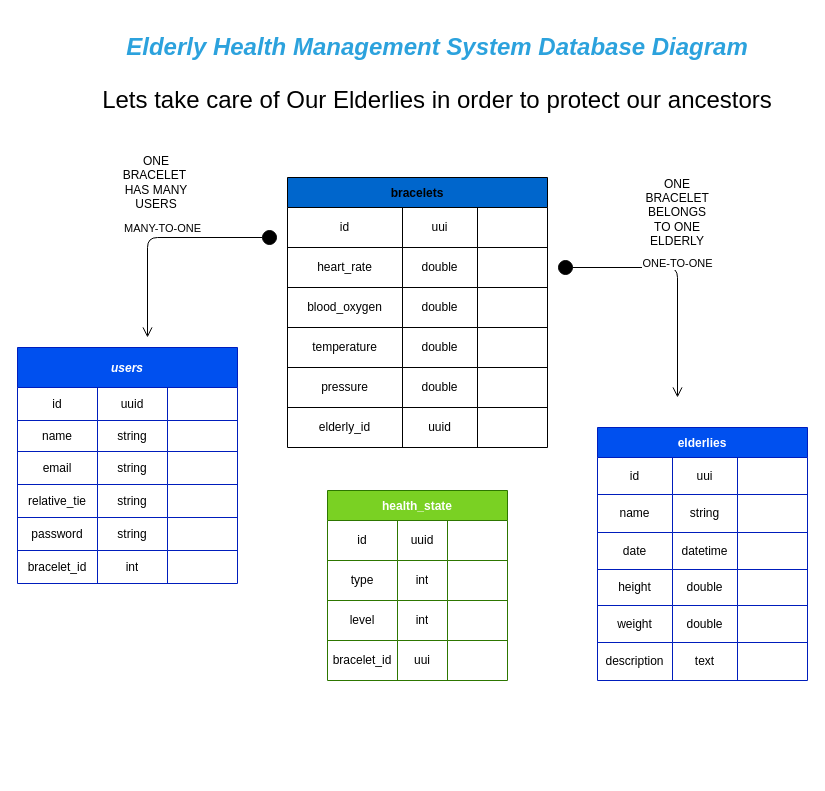
Before: page "Page-1" (1 of 3) of db.drawio in heldersantiago/pap-smart-bracelet-api, a draw.io diagram. Source tidied: cells renumbered, new cells numbered last; positions are measured from the earlier drawing's top-left corner, leaving out a move shared by most shapes. Both pictures are drawn from the tidied source at 100%, with x=0, y=0 at pixel (17, 27).
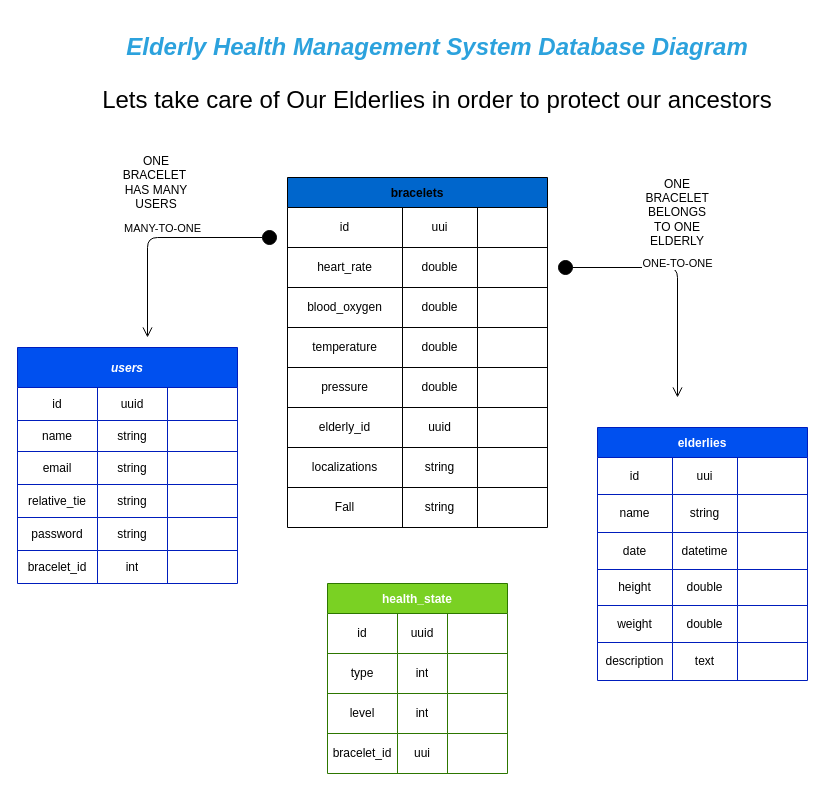
The same page after the edit.

What changed in the source:
```diff
@@
     <mxCell id="52" value="bracelets" style="shape=table;startSize=30;childLayout=tableLayout;fontStyle=1;align=center;fillColor=#0066CC;" parent="1" vertex="1">
-      <mxGeometry x="270" y="150" width="260" height="270" as="geometry" />
+      <mxGeometry x="270" y="150" width="260" height="350" as="geometry" />
     </mxCell>
@@
+    <mxCell id="99" style="shape=tableRow;horizontal=0;startSize=0;swimlaneHead=0;swimlaneBody=0;top=0;left=0;bottom=0;right=0;fillColor=none;" parent="52" vertex="1">
+      <mxGeometry y="270" width="260" height="40" as="geometry" />
+    </mxCell>
+    <mxCell id="100" value="localizations" style="shape=partialRectangle;html=1;whiteSpace=wrap;fillColor=none;top=0;left=0;bottom=0;right=0;overflow=hidden;" parent="99" vertex="1">
+      <mxGeometry width="115" height="40" as="geometry" />
+    </mxCell>
+    <mxCell id="101" value="string" style="shape=partialRectangle;html=1;whiteSpace=wrap;fillColor=none;top=0;left=0;bottom=0;right=0;overflow=hidden;" parent="99" vertex="1">
+      <mxGeometry x="115" width="75" height="40" as="geometry" />
+    </mxCell>
+    <mxCell id="102" style="shape=partialRectangle;html=1;whiteSpace=wrap;fillColor=none;top=0;left=0;bottom=0;right=0;overflow=hidden;" parent="99" vertex="1">
+      <mxGeometry x="190" width="70" height="40" as="geometry" />
+    </mxCell>
+    <mxCell id="103" style="shape=tableRow;horizontal=0;startSize=0;swimlaneHead=0;swimlaneBody=0;top=0;left=0;bottom=0;right=0;fillColor=none;" parent="52" vertex="1">
+      <mxGeometry y="310" width="260" height="40" as="geometry" />
+    </mxCell>
+    <mxCell id="104" value="Fall" style="shape=partialRectangle;html=1;whiteSpace=wrap;fillColor=none;top=0;left=0;bottom=0;right=0;overflow=hidden;" parent="103" vertex="1">
+      <mxGeometry width="115" height="40" as="geometry" />
+    </mxCell>
+    <mxCell id="105" value="string" style="shape=partialRectangle;html=1;whiteSpace=wrap;fillColor=none;top=0;left=0;bottom=0;right=0;overflow=hidden;" parent="103" vertex="1">
+      <mxGeometry x="115" width="75" height="40" as="geometry" />
+    </mxCell>
+    <mxCell id="106" style="shape=partialRectangle;html=1;whiteSpace=wrap;fillColor=none;top=0;left=0;bottom=0;right=0;overflow=hidden;" parent="103" vertex="1">
+      <mxGeometry x="190" width="70" height="40" as="geometry" />
+    </mxCell>
     <mxCell id="77" value="health_state" style="shape=table;startSize=30;childLayout=tableLayout;fontStyle=1;align=center;fillColor=#7ad123;fontColor=#ffffff;strokeColor=#2D7600;" parent="1" vertex="1">
-      <mxGeometry x="310" y="463" width="180" height="190" as="geometry" />
+      <mxGeometry x="310" y="556" width="180" height="190" as="geometry" />
     </mxCell>
```
